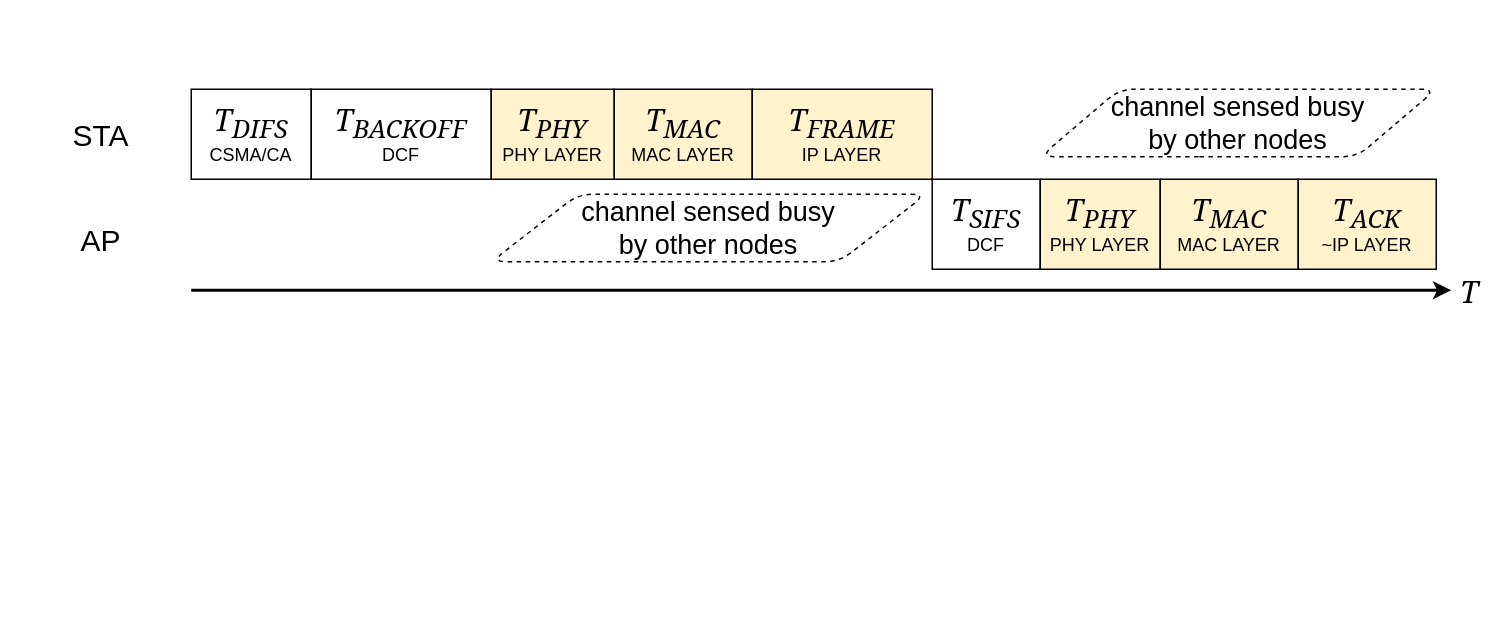
The draw.io diagram report/images/time-overview.drawio in smeets/thesis, before the edit. Source tidied: cells renumbered, new cells numbered last; positions are measured from the earlier drawing's top-left corner, leaving out a move shared by most shapes. Both pictures are drawn from the tidied source at 150%, with x=0, y=0 at pixel (26, 88).
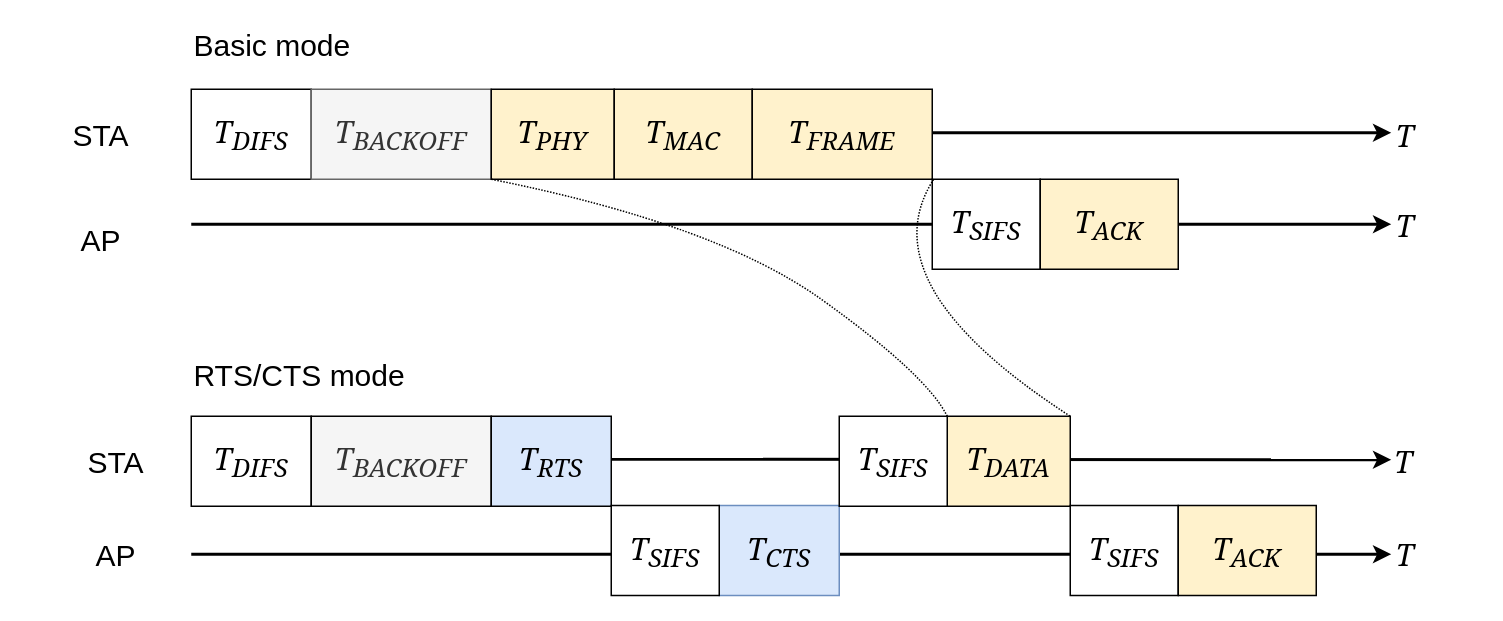
After the change.

What changed in the source:
```diff
@@
+    <mxCell id="17" style="endArrow=classic;html=1;strokeWidth=2;" parent="1" edge="1">
+      <mxGeometry relative="1" as="geometry">
+        <mxPoint x="110" y="310" as="sourcePoint" />
+        <mxPoint x="910" y="310" as="targetPoint" />
+      </mxGeometry>
+    </mxCell>
+    <mxCell id="18" value="T" style="text;html=1;align=center;verticalAlign=middle;labelBackgroundColor=#ffffff;fontSize=20;fontFamily=Georgia;fontStyle=2;" parent="17" vertex="1">
+      <mxGeometry x="0.3" y="-2" relative="1" as="geometry">
+        <mxPoint x="288" y="-2.5" as="offset" />
+      </mxGeometry>
+    </mxCell>
+    <mxCell id="19" style="endArrow=classic;html=1;strokeWidth=2;" parent="1" edge="1">
+      <mxGeometry relative="1" as="geometry">
+        <mxPoint x="110" y="246.5" as="sourcePoint" />
+        <mxPoint x="910" y="247" as="targetPoint" />
+      </mxGeometry>
+    </mxCell>
+    <mxCell id="20" value="T" style="text;html=1;align=center;verticalAlign=middle;labelBackgroundColor=#ffffff;fontSize=20;fontFamily=Georgia;fontStyle=2;" parent="19" vertex="1">
+      <mxGeometry x="0.3" y="-2" relative="1" as="geometry">
+        <mxPoint x="288" y="-1.5" as="offset" />
+      </mxGeometry>
+    </mxCell>
+    <mxCell id="21" style="endArrow=classic;html=1;strokeWidth=2;" parent="1" edge="1">
+      <mxGeometry relative="1" as="geometry">
+        <mxPoint x="110" y="90" as="sourcePoint" />
+        <mxPoint x="910" y="90" as="targetPoint" />
+      </mxGeometry>
+    </mxCell>
+    <mxCell id="22" value="T" style="text;html=1;align=center;verticalAlign=middle;labelBackgroundColor=#ffffff;fontSize=20;fontFamily=Georgia;fontStyle=2;" parent="21" vertex="1">
+      <mxGeometry x="0.3" y="-2" relative="1" as="geometry">
+        <mxPoint x="288" y="-2" as="offset" />
+      </mxGeometry>
+    </mxCell>
+    <mxCell id="9" style="endArrow=classic;html=1;strokeWidth=2;" parent="1" edge="1">
+      <mxGeometry relative="1" as="geometry">
+        <mxPoint x="110" y="29" as="sourcePoint" />
+        <mxPoint x="910" y="29" as="targetPoint" />
+      </mxGeometry>
+    </mxCell>
+    <mxCell id="10" value="T" style="text;html=1;align=center;verticalAlign=middle;labelBackgroundColor=#ffffff;fontSize=20;fontFamily=Georgia;fontStyle=2;" parent="9" vertex="1">
+      <mxGeometry x="0.3" y="-2" relative="1" as="geometry">
+        <mxPoint x="288" y="-1" as="offset" />
+      </mxGeometry>
+    </mxCell>
-    <mxCell id="2" value="&lt;span style=&quot;font-size: 20px&quot;&gt;&lt;i&gt;&lt;font face=&quot;Georgia&quot;&gt;T&lt;sub&gt;DIFS&lt;br&gt;&lt;/sub&gt;&lt;/font&gt;&lt;/i&gt;&lt;/span&gt;CSMA/CA&lt;br&gt;" style="rounded=0;whiteSpace=wrap;html=1;" parent="1" vertex="1">
+    <mxCell id="2" value="&lt;span style=&quot;font-size: 20px&quot;&gt;&lt;i&gt;&lt;font face=&quot;Georgia&quot;&gt;T&lt;sub&gt;DIFS&lt;/sub&gt;&lt;/font&gt;&lt;/i&gt;&lt;/span&gt;" style="rounded=0;whiteSpace=wrap;html=1;" parent="1" vertex="1">
       <mxGeometry x="110" width="80" height="60" as="geometry" />
     </mxCell>
-    <mxCell id="3" value="&lt;i&gt;&lt;font face=&quot;Georgia&quot;&gt;&lt;span style=&quot;font-size: 20px&quot;&gt;T&lt;sub&gt;BACKOFF&lt;br&gt;&lt;/sub&gt;&lt;/span&gt;&lt;/font&gt;&lt;/i&gt;DCF&lt;br&gt;" style="rounded=0;whiteSpace=wrap;html=1;" parent="1" vertex="1">
+    <mxCell id="3" value="&lt;i&gt;&lt;font face=&quot;Georgia&quot;&gt;&lt;span style=&quot;font-size: 20px&quot;&gt;T&lt;sub&gt;BACKOFF&lt;/sub&gt;&lt;/span&gt;&lt;/font&gt;&lt;/i&gt;" style="rounded=0;whiteSpace=wrap;html=1;fillColor=#f5f5f5;strokeColor=#666666;fontColor=#333333;" parent="1" vertex="1">
       <mxGeometry x="190" width="120" height="60" as="geometry" />
     </mxCell>
-    <mxCell id="4" value="&lt;i&gt;&lt;font face=&quot;Georgia&quot;&gt;&lt;span style=&quot;font-size: 20px&quot;&gt;T&lt;sub&gt;PHY&lt;br&gt;&lt;/sub&gt;&lt;/span&gt;&lt;/font&gt;&lt;/i&gt;PHY LAYER&lt;br&gt;" style="rounded=0;whiteSpace=wrap;html=1;fillColor=#fff2cc;strokeColor=#000000;" parent="1" vertex="1">
+    <mxCell id="4" value="&lt;i&gt;&lt;font face=&quot;Georgia&quot;&gt;&lt;span style=&quot;font-size: 20px&quot;&gt;T&lt;sub&gt;PHY&lt;/sub&gt;&lt;/span&gt;&lt;/font&gt;&lt;/i&gt;" style="rounded=0;whiteSpace=wrap;html=1;fillColor=#fff2cc;strokeColor=#000000;" parent="1" vertex="1">
       <mxGeometry x="310" width="82" height="60" as="geometry" />
     </mxCell>
-    <mxCell id="5" value="&lt;i&gt;&lt;font face=&quot;Georgia&quot;&gt;&lt;span style=&quot;font-size: 20px&quot;&gt;T&lt;sub&gt;MAC&lt;br&gt;&lt;/sub&gt;&lt;/span&gt;&lt;/font&gt;&lt;/i&gt;MAC LAYER&lt;br&gt;" style="rounded=0;whiteSpace=wrap;html=1;fillColor=#fff2cc;strokeColor=#000000;" parent="1" vertex="1">
+    <mxCell id="5" value="&lt;i&gt;&lt;font face=&quot;Georgia&quot;&gt;&lt;span style=&quot;font-size: 20px&quot;&gt;T&lt;sub&gt;MAC&lt;/sub&gt;&lt;/span&gt;&lt;/font&gt;&lt;/i&gt;" style="rounded=0;whiteSpace=wrap;html=1;fillColor=#fff2cc;strokeColor=#000000;" parent="1" vertex="1">
       <mxGeometry x="392" width="92" height="60" as="geometry" />
     </mxCell>
-    <mxCell id="6" value="&lt;i&gt;&lt;font face=&quot;Georgia&quot;&gt;&lt;span style=&quot;font-size: 20px&quot;&gt;T&lt;sub&gt;FRAME&lt;br&gt;&lt;/sub&gt;&lt;/span&gt;&lt;/font&gt;&lt;/i&gt;IP LAYER&lt;br&gt;" style="rounded=0;whiteSpace=wrap;html=1;fillColor=#fff2cc;strokeColor=#000000;" parent="1" vertex="1">
+    <mxCell id="6" value="&lt;i&gt;&lt;font face=&quot;Georgia&quot;&gt;&lt;span style=&quot;font-size: 20px&quot;&gt;T&lt;sub&gt;FRAME&lt;/sub&gt;&lt;/span&gt;&lt;/font&gt;&lt;/i&gt;" style="rounded=0;whiteSpace=wrap;html=1;fillColor=#fff2cc;strokeColor=#000000;" parent="1" vertex="1">
       <mxGeometry x="484" width="120" height="60" as="geometry" />
     </mxCell>
-    <mxCell id="7" value="&lt;i&gt;&lt;font face=&quot;Georgia&quot;&gt;&lt;span style=&quot;font-size: 20px&quot;&gt;T&lt;sub&gt;SIFS&lt;br&gt;&lt;/sub&gt;&lt;/span&gt;&lt;/font&gt;&lt;/i&gt;DCF&lt;br&gt;" style="rounded=0;whiteSpace=wrap;html=1;" parent="1" vertex="1">
+    <mxCell id="7" value="&lt;i&gt;&lt;font face=&quot;Georgia&quot;&gt;&lt;span style=&quot;font-size: 20px&quot;&gt;T&lt;sub&gt;SIFS&lt;/sub&gt;&lt;/span&gt;&lt;/font&gt;&lt;/i&gt;" style="rounded=0;whiteSpace=wrap;html=1;" parent="1" vertex="1">
       <mxGeometry x="604" y="60" width="72" height="60" as="geometry" />
     </mxCell>
-    <mxCell id="8" value="&lt;i&gt;&lt;font face=&quot;Georgia&quot;&gt;&lt;span style=&quot;font-size: 20px&quot;&gt;T&lt;sub&gt;PHY&lt;br&gt;&lt;/sub&gt;&lt;/span&gt;&lt;/font&gt;&lt;/i&gt;PHY LAYER&lt;br&gt;" style="rounded=0;whiteSpace=wrap;html=1;fillColor=#fff2cc;strokeColor=#000000;" parent="1" vertex="1">
-      <mxGeometry x="676" y="60" width="80" height="60" as="geometry" />
-    </mxCell>
-    <mxCell id="9" style="endArrow=classic;html=1;strokeWidth=2;" parent="1" edge="1">
-      <mxGeometry relative="1" as="geometry">
-        <mxPoint x="110" y="134" as="sourcePoint" />
-        <mxPoint x="950" y="134" as="targetPoint" />
-      </mxGeometry>
-    </mxCell>
-    <mxCell id="10" value="T" style="text;html=1;align=center;verticalAlign=middle;labelBackgroundColor=#ffffff;fontSize=20;fontFamily=Georgia;fontStyle=2;" parent="9" vertex="1">
-      <mxGeometry x="0.3" y="-2" relative="1" as="geometry">
-        <mxPoint x="305" y="-2" as="offset" />
-      </mxGeometry>
-    </mxCell>
-    <mxCell id="11" value="&lt;i&gt;&lt;font face=&quot;Georgia&quot;&gt;&lt;span style=&quot;font-size: 20px&quot;&gt;T&lt;sub&gt;MAC&lt;br&gt;&lt;/sub&gt;&lt;/span&gt;&lt;/font&gt;&lt;/i&gt;MAC LAYER&lt;br&gt;" style="rounded=0;whiteSpace=wrap;html=1;fillColor=#fff2cc;strokeColor=#000000;" parent="1" vertex="1">
-      <mxGeometry x="756" y="60" width="92" height="60" as="geometry" />
-    </mxCell>
-    <mxCell id="12" value="&lt;i&gt;&lt;font face=&quot;Georgia&quot;&gt;&lt;span style=&quot;font-size: 20px&quot;&gt;T&lt;sub&gt;ACK&lt;br&gt;&lt;/sub&gt;&lt;/span&gt;&lt;/font&gt;&lt;/i&gt;~IP LAYER&lt;br&gt;" style="rounded=0;whiteSpace=wrap;html=1;fillColor=#fff2cc;strokeColor=#000000;" parent="1" vertex="1">
-      <mxGeometry x="848" y="60" width="92" height="60" as="geometry" />
+    <mxCell id="12" value="&lt;i&gt;&lt;font face=&quot;Georgia&quot;&gt;&lt;span style=&quot;font-size: 20px&quot;&gt;T&lt;sub&gt;ACK&lt;/sub&gt;&lt;/span&gt;&lt;/font&gt;&lt;/i&gt;" style="rounded=0;whiteSpace=wrap;html=1;fillColor=#fff2cc;strokeColor=#000000;" parent="1" vertex="1">
+      <mxGeometry x="676" y="60" width="92" height="60" as="geometry" />
     </mxCell>
@@
-    <mxCell id="15" value="channel sensed busy &lt;br&gt;by other nodes" style="shape=parallelogram;perimeter=parallelogramPerimeter;whiteSpace=wrap;html=1;rounded=1;strokeColor=#000000;strokeWidth=1;fontSize=18;dashed=1;" parent="1" vertex="1">
-      <mxGeometry x="310" y="70" width="290" height="45" as="geometry" />
-    </mxCell>
-    <mxCell id="16" value="channel sensed busy &lt;br&gt;by other nodes" style="shape=parallelogram;perimeter=parallelogramPerimeter;whiteSpace=wrap;html=1;rounded=1;strokeColor=#000000;strokeWidth=1;fontSize=18;dashed=1;" parent="1" vertex="1">
-      <mxGeometry x="676" width="264" height="45" as="geometry" />
-    </mxCell>
+    <mxCell id="23" value="&lt;span style=&quot;font-size: 20px&quot;&gt;&lt;i&gt;&lt;font face=&quot;Georgia&quot;&gt;T&lt;sub&gt;DIFS&lt;/sub&gt;&lt;/font&gt;&lt;/i&gt;&lt;/span&gt;" style="rounded=0;whiteSpace=wrap;html=1;" parent="1" vertex="1">
+      <mxGeometry x="110" y="218" width="80" height="60" as="geometry" />
+    </mxCell>
+    <mxCell id="24" value="&lt;i&gt;&lt;font face=&quot;Georgia&quot;&gt;&lt;span style=&quot;font-size: 20px&quot;&gt;T&lt;sub&gt;BACKOFF&lt;/sub&gt;&lt;/span&gt;&lt;/font&gt;&lt;/i&gt;" style="rounded=0;whiteSpace=wrap;html=1;fillColor=#f5f5f5;strokeColor=#000000;fontColor=#333333;" parent="1" vertex="1">
+      <mxGeometry x="190" y="218" width="120" height="60" as="geometry" />
+    </mxCell>
+    <mxCell id="25" value="&lt;i&gt;&lt;font face=&quot;Georgia&quot;&gt;&lt;span style=&quot;font-size: 20px&quot;&gt;T&lt;sub&gt;DATA&lt;br&gt;&lt;/sub&gt;&lt;/span&gt;&lt;/font&gt;&lt;/i&gt;" style="rounded=0;whiteSpace=wrap;html=1;fillColor=#fff2cc;strokeColor=#000000;" parent="1" vertex="1">
+      <mxGeometry x="614" y="218" width="82" height="60" as="geometry" />
+    </mxCell>
+    <mxCell id="26" value="&lt;i&gt;&lt;font face=&quot;Georgia&quot;&gt;&lt;span style=&quot;font-size: 20px&quot;&gt;T&lt;sub&gt;SIFS&lt;br&gt;&lt;/sub&gt;&lt;/span&gt;&lt;/font&gt;&lt;/i&gt;" style="rounded=0;whiteSpace=wrap;html=1;" parent="1" vertex="1">
+      <mxGeometry x="696" y="277.5" width="72" height="60" as="geometry" />
+    </mxCell>
+    <mxCell id="27" value="&lt;font style=&quot;font-size: 20px&quot;&gt;STA&lt;/font&gt;" style="rounded=1;whiteSpace=wrap;html=1;strokeColor=none;fillColor=none;" parent="1" vertex="1">
+      <mxGeometry x="10" y="227.5" width="100" height="40" as="geometry" />
+    </mxCell>
+    <mxCell id="28" value="&lt;font style=&quot;font-size: 20px&quot;&gt;AP&lt;/font&gt;" style="rounded=1;whiteSpace=wrap;html=1;strokeColor=none;fillColor=none;" parent="1" vertex="1">
+      <mxGeometry x="10" y="289.5" width="100" height="40" as="geometry" />
+    </mxCell>
+    <mxCell id="29" value="RTS/CTS mode" style="text;html=1;strokeColor=none;fillColor=none;align=left;verticalAlign=middle;whiteSpace=wrap;rounded=0;fontSize=20;fontStyle=0;fontFamily=Helvetica;" parent="1" vertex="1">
+      <mxGeometry x="110" y="180" width="180" height="20" as="geometry" />
+    </mxCell>
+    <mxCell id="30" value="Basic mode" style="text;html=1;strokeColor=none;fillColor=none;align=left;verticalAlign=middle;whiteSpace=wrap;rounded=0;fontSize=20;fontStyle=0;fontFamily=Helvetica;" parent="1" vertex="1">
+      <mxGeometry x="110" y="-40" width="180" height="20" as="geometry" />
+    </mxCell>
+    <mxCell id="31" value="&lt;span style=&quot;font-size: 20px&quot;&gt;&lt;i&gt;&lt;font face=&quot;Georgia&quot;&gt;T&lt;sub&gt;RTS&lt;/sub&gt;&lt;/font&gt;&lt;/i&gt;&lt;/span&gt;" style="rounded=0;whiteSpace=wrap;html=1;fillColor=#dae8fc;strokeColor=#000000;" parent="1" vertex="1">
+      <mxGeometry x="310" y="218" width="80" height="60" as="geometry" />
+    </mxCell>
+    <mxCell id="32" value="&lt;span style=&quot;font-size: 20px&quot;&gt;&lt;i&gt;&lt;font face=&quot;Georgia&quot;&gt;T&lt;sub&gt;CTS&lt;/sub&gt;&lt;/font&gt;&lt;/i&gt;&lt;/span&gt;" style="rounded=0;whiteSpace=wrap;html=1;fillColor=#dae8fc;strokeColor=#6c8ebf;" parent="1" vertex="1">
+      <mxGeometry x="462" y="277.5" width="80" height="60" as="geometry" />
+    </mxCell>
+    <mxCell id="33" value="&lt;i&gt;&lt;font face=&quot;Georgia&quot;&gt;&lt;span style=&quot;font-size: 20px&quot;&gt;T&lt;sub&gt;SIFS&lt;/sub&gt;&lt;/span&gt;&lt;/font&gt;&lt;/i&gt;" style="rounded=0;whiteSpace=wrap;html=1;" parent="1" vertex="1">
+      <mxGeometry x="390" y="277.5" width="72" height="60" as="geometry" />
+    </mxCell>
+    <mxCell id="34" value="&lt;i&gt;&lt;font face=&quot;Georgia&quot;&gt;&lt;span style=&quot;font-size: 20px&quot;&gt;T&lt;sub&gt;SIFS&lt;br&gt;&lt;/sub&gt;&lt;/span&gt;&lt;/font&gt;&lt;/i&gt;" style="rounded=0;whiteSpace=wrap;html=1;" parent="1" vertex="1">
+      <mxGeometry x="542" y="218" width="72" height="60" as="geometry" />
+    </mxCell>
+    <mxCell id="35" style="endArrow=none;html=1;fontFamily=Helvetica;fontSize=20;exitX=0;exitY=1;exitDx=0;exitDy=0;exitPerimeter=0;entryX=0;entryY=0;entryDx=0;entryDy=0;entryPerimeter=0;endFill=0;curved=1;dashed=1;dashPattern=1 1;" parent="1" edge="1" source="4" target="25">
+      <mxGeometry relative="1" as="geometry">
+        <Array as="points">
+          <mxPoint x="460" y="90" />
+          <mxPoint x="600" y="190" />
+        </Array>
+      </mxGeometry>
+    </mxCell>
+    <mxCell id="36" value="&lt;i&gt;&lt;font face=&quot;Georgia&quot;&gt;&lt;span style=&quot;font-size: 20px&quot;&gt;T&lt;sub&gt;ACK&lt;/sub&gt;&lt;/span&gt;&lt;/font&gt;&lt;/i&gt;" style="rounded=0;whiteSpace=wrap;html=1;fillColor=#fff2cc;strokeColor=#000000;" parent="1" vertex="1">
+      <mxGeometry x="768" y="277.5" width="92" height="60" as="geometry" />
+    </mxCell>
+    <mxCell id="37" style="endArrow=none;html=1;fontFamily=Helvetica;fontSize=20;exitX=1.008;exitY=1;exitDx=0;exitDy=0;exitPerimeter=0;entryX=1;entryY=0;entryDx=0;entryDy=0;entryPerimeter=0;endFill=0;curved=1;dashed=1;dashPattern=1 1;" parent="1" edge="1" source="6" target="25">
+      <mxGeometry relative="1" as="geometry">
+        <Array as="points">
+          <mxPoint x="560" y="130" />
+        </Array>
+      </mxGeometry>
+    </mxCell>
```
